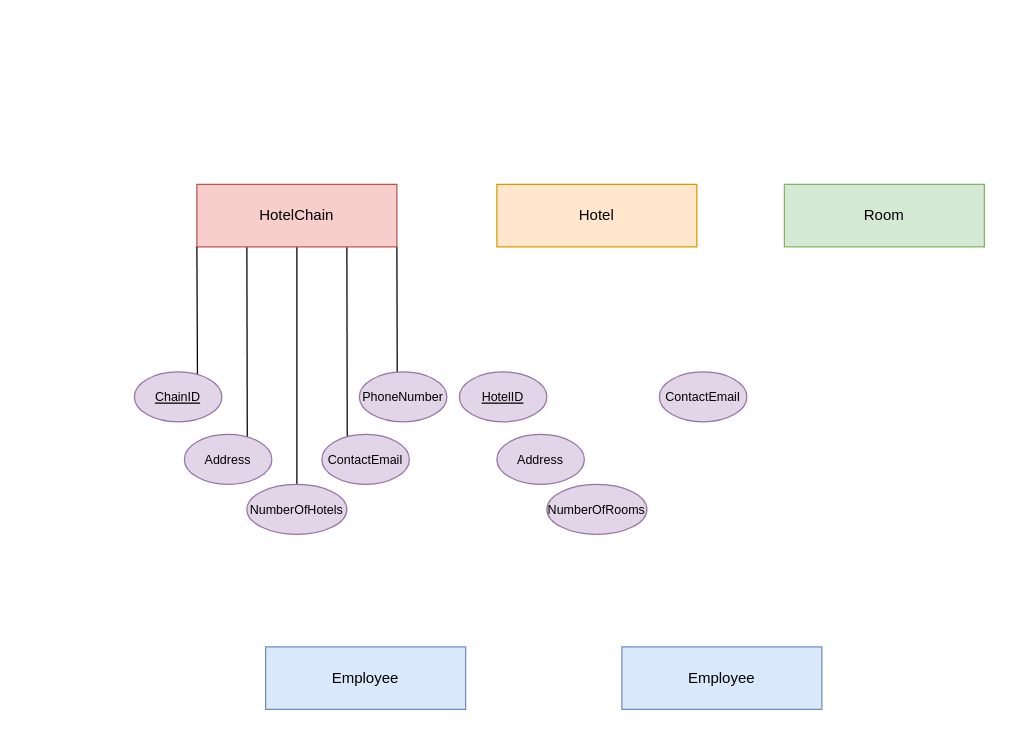
miuponn/eHotels-Project keeps this draw.io diagram as 1st-deliverable/ER Diagram.drawio. Above is the earlier version. Source tidied: cells renumbered, new cells numbered last; positions are measured from the earlier drawing's top-left corner, leaving out a move shared by most shapes. Both pictures are drawn from the tidied source at 125%, with x=0, y=0 at pixel (134, 184).
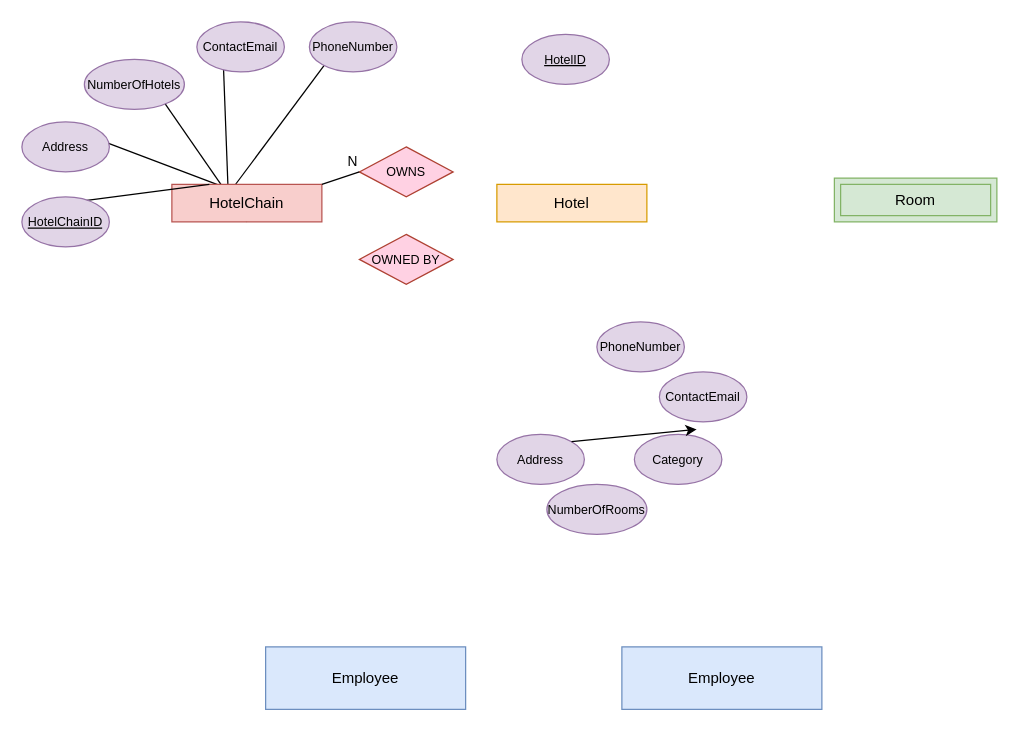
The same diagram, later.

Unchanged cells that the change refers to:
```xml
<mxCell id="16" value="&lt;span style=&quot;font-size: 10px;&quot;&gt;Address&lt;br&gt;&lt;/span&gt;" style="ellipse;whiteSpace=wrap;html=1;fillColor=#e1d5e7;strokeColor=#9673a6;" parent="1" vertex="1">
  <mxGeometry x="290" y="200" width="70" height="40" as="geometry" />
</mxCell>
```

Change to the diagram source:
```diff
@@
-    <mxCell id="2" style="edgeStyle=none;jettySize=auto;html=1;exitX=1;exitY=1;exitDx=0;exitDy=0;exitPerimeter=0;entryX=0.433;entryY=0.25;entryDx=0;entryDy=0;entryPerimeter=0;endArrow=none;endFill=0;" parent="1" edge="1" source="6" target="10">
+    <mxCell id="2" style="edgeStyle=none;jettySize=auto;html=1;exitX=0.419;exitY=0.03;exitDx=0;exitDy=0;exitPerimeter=0;entryX=0.433;entryY=0.25;entryDx=0;entryDy=0;entryPerimeter=0;endArrow=none;endFill=0;" parent="1" edge="1" source="6" target="10">
       <mxGeometry relative="1" as="geometry" />
     </mxCell>
-    <mxCell id="3" style="edgeStyle=none;jettySize=auto;html=1;exitX=0.75;exitY=1;exitDx=0;exitDy=0;exitPerimeter=0;entryX=0.29;entryY=0.25;entryDx=0;entryDy=0;entryPerimeter=0;endArrow=none;endFill=0;" parent="1" edge="1" source="6" target="9">
+    <mxCell id="3" style="edgeStyle=none;jettySize=auto;html=1;exitX=0.374;exitY=0.065;exitDx=0;exitDy=0;exitPerimeter=0;entryX=0.29;entryY=0.25;entryDx=0;entryDy=0;entryPerimeter=0;endArrow=none;endFill=0;" parent="1" edge="1" source="6" target="9">
       <mxGeometry relative="1" as="geometry" />
     </mxCell>
-    <mxCell id="4" style="edgeStyle=none;jettySize=auto;html=1;exitX=0.25;exitY=1;exitDx=0;exitDy=0;exitPerimeter=0;entryX=0.719;entryY=0.25;entryDx=0;entryDy=0;entryPerimeter=0;endArrow=none;endFill=0;" parent="1" edge="1" source="6" target="7">
+    <mxCell id="4" style="edgeStyle=none;jettySize=auto;html=1;exitX=0.344;exitY=0.065;exitDx=0;exitDy=0;exitPerimeter=0;entryX=0.719;entryY=0.25;entryDx=0;entryDy=0;entryPerimeter=0;endArrow=none;endFill=0;" parent="1" edge="1" source="6" target="7">
       <mxGeometry relative="1" as="geometry" />
     </mxCell>
@@
     <mxCell id="6" value="HotelChain" style="rounded=0;whiteSpace=wrap;html=1;fillColor=#f8cecc;strokeColor=#b85450;points=[[0,0,0,0,0],[0,0.25,0,0,0],[0,0.5,0,0,0],[0,0.75,0,0,0],[0,1,0,0,0],[0.25,0,0,0,0],[0.25,1,0,0,0],[0.5,0,0,0,0],[0.5,1,0,0,0],[0.75,0,0,0,0],[0.75,1,0,0,0],[1,0,0,0,0],[1,0.25,0,0,0],[1,0.5,0,0,0],[1,0.75,0,0,0],[1,1,0,0,0]];" parent="1" vertex="1">
-      <mxGeometry x="50" width="160" height="50" as="geometry" />
+      <mxGeometry x="30" width="120" height="30" as="geometry" />
     </mxCell>
     <mxCell id="7" value="&lt;span style=&quot;font-size: 10px;&quot;&gt;Address&lt;br&gt;&lt;/span&gt;" style="ellipse;whiteSpace=wrap;html=1;fillColor=#e1d5e7;strokeColor=#9673a6;" parent="1" vertex="1">
-      <mxGeometry x="40" y="200" width="70" height="40" as="geometry" />
+      <mxGeometry x="-90" y="-50" width="70" height="40" as="geometry" />
     </mxCell>
     <mxCell id="8" value="&lt;span style=&quot;font-size: 10px;&quot;&gt;NumberOfHotels&lt;br&gt;&lt;/span&gt;" style="ellipse;whiteSpace=wrap;html=1;fillColor=#e1d5e7;strokeColor=#9673a6;" parent="1" vertex="1">
-      <mxGeometry x="90" y="240" width="80" height="40" as="geometry" />
+      <mxGeometry x="-40" y="-100" width="80" height="40" as="geometry" />
     </mxCell>
     <mxCell id="9" value="&lt;span style=&quot;font-size: 10px;&quot;&gt;ContactEmail&lt;br&gt;&lt;/span&gt;" style="ellipse;whiteSpace=wrap;html=1;fillColor=#e1d5e7;strokeColor=#9673a6;" parent="1" vertex="1">
-      <mxGeometry x="150" y="200" width="70" height="40" as="geometry" />
+      <mxGeometry x="50" y="-130" width="70" height="40" as="geometry" />
     </mxCell>
     <mxCell id="10" value="&lt;span style=&quot;font-size: 10px;&quot;&gt;PhoneNumber&lt;br&gt;&lt;/span&gt;" style="ellipse;whiteSpace=wrap;html=1;fillColor=#e1d5e7;strokeColor=#9673a6;" parent="1" vertex="1">
-      <mxGeometry x="180" y="150" width="70" height="40" as="geometry" />
+      <mxGeometry x="140" y="-130" width="70" height="40" as="geometry" />
     </mxCell>
-    <mxCell id="11" style="edgeStyle=none;jettySize=auto;html=1;exitX=0;exitY=1;exitDx=0;exitDy=0;exitPerimeter=0;endArrow=none;endFill=0;entryX=0.721;entryY=0.077;entryDx=0;entryDy=0;entryPerimeter=0;" parent="1" edge="1" source="6" target="12">
+    <mxCell id="11" style="edgeStyle=none;jettySize=auto;html=1;exitX=0.25;exitY=0;exitDx=0;exitDy=0;exitPerimeter=0;endArrow=none;endFill=0;entryX=0.721;entryY=0.077;entryDx=0;entryDy=0;entryPerimeter=0;" parent="1" edge="1" source="6" target="12">
       <mxGeometry relative="1" as="geometry" />
     </mxCell>
-    <mxCell id="12" value="&lt;u&gt;&lt;font style=&quot;font-size: 10px;&quot;&gt;ChainID&lt;/font&gt;&lt;/u&gt;" style="ellipse;whiteSpace=wrap;html=1;fillColor=#e1d5e7;strokeColor=#9673a6;points=[[0,0,0,0,0],[0,0.5,0,0,0],[0,1,0,0,0],[0.5,0,0,0,0],[0.5,1,0,0,0],[1,0,0,0,0],[1,0.5,0,0,0],[1,1,0,0,0]];" parent="1" vertex="1">
-      <mxGeometry y="150" width="70" height="40" as="geometry" />
+    <mxCell id="12" value="&lt;u&gt;&lt;font style=&quot;font-size: 10px;&quot;&gt;HotelChainID&lt;/font&gt;&lt;/u&gt;" style="ellipse;whiteSpace=wrap;html=1;fillColor=#e1d5e7;strokeColor=#9673a6;points=[[0,0,0,0,0],[0,0.5,0,0,0],[0,1,0,0,0],[0.5,0,0,0,0],[0.5,1,0,0,0],[1,0,0,0,0],[1,0.5,0,0,0],[1,1,0,0,0]];" parent="1" vertex="1">
+      <mxGeometry x="-90" y="10" width="70" height="40" as="geometry" />
     </mxCell>
     <mxCell id="13" value="Hotel" style="rounded=0;whiteSpace=wrap;html=1;fillColor=#ffe6cc;strokeColor=#d79b00;" parent="1" vertex="1">
-      <mxGeometry x="290" width="160" height="50" as="geometry" />
+      <mxGeometry x="290" width="120" height="30" as="geometry" />
     </mxCell>
     <mxCell id="14" value="&lt;u&gt;&lt;font style=&quot;font-size: 10px;&quot;&gt;HotelID&lt;/font&gt;&lt;/u&gt;" style="ellipse;whiteSpace=wrap;html=1;fillColor=#e1d5e7;strokeColor=#9673a6;" parent="1" vertex="1">
-      <mxGeometry x="260" y="150" width="70" height="40" as="geometry" />
+      <mxGeometry x="310" y="-120" width="70" height="40" as="geometry" />
     </mxCell>
@@
-    <mxCell id="18" value="Room" style="rounded=0;whiteSpace=wrap;html=1;fillColor=#d5e8d4;strokeColor=#82b366;" parent="1" vertex="1">
-      <mxGeometry x="520" width="160" height="50" as="geometry" />
-    </mxCell>
@@
+    <mxCell id="21" value="&lt;span style=&quot;font-size: 10px;&quot;&gt;Category&lt;br&gt;&lt;/span&gt;" style="ellipse;whiteSpace=wrap;html=1;fillColor=#e1d5e7;strokeColor=#9673a6;" parent="1" vertex="1">
+      <mxGeometry x="400" y="200" width="70" height="40" as="geometry" />
+    </mxCell>
+    <mxCell id="22" style="edgeStyle=none;jettySize=auto;html=1;exitX=1;exitY=0;exitDx=0;exitDy=0;entryX=0.712;entryY=-0.099;entryDx=0;entryDy=0;entryPerimeter=0;" parent="1" edge="1" source="16" target="21">
+      <mxGeometry relative="1" as="geometry" />
+    </mxCell>
+    <mxCell id="23" value="&lt;span style=&quot;font-size: 10px;&quot;&gt;PhoneNumber&lt;br&gt;&lt;/span&gt;" style="ellipse;whiteSpace=wrap;html=1;fillColor=#e1d5e7;strokeColor=#9673a6;" parent="1" vertex="1">
+      <mxGeometry x="370" y="110" width="70" height="40" as="geometry" />
+    </mxCell>
+    <mxCell id="18" value="Room" style="shape=ext;margin=3;double=1;whiteSpace=wrap;html=1;align=center;fillColor=#d5e8d4;strokeColor=#82b366;" parent="1" vertex="1">
+      <mxGeometry x="560" y="-5" width="130" height="35" as="geometry" />
+    </mxCell>
+    <mxCell id="24" value="&lt;font style=&quot;font-size: 10px;&quot;&gt;OWNS&lt;/font&gt;" style="shape=rhombus;perimeter=rhombusPerimeter;whiteSpace=wrap;html=1;align=center;fillColor=#ffd1e3;strokeColor=#ae4132;" parent="1" vertex="1">
+      <mxGeometry x="180" y="-30" width="75" height="40" as="geometry" />
+    </mxCell>
+    <mxCell id="25" value="&lt;span style=&quot;font-size: 10px;&quot;&gt;OWNED BY&lt;/span&gt;" style="shape=rhombus;perimeter=rhombusPerimeter;whiteSpace=wrap;html=1;align=center;fillColor=#ffd1e3;strokeColor=#ae4132;" parent="1" vertex="1">
+      <mxGeometry x="180" y="40" width="75" height="40" as="geometry" />
+    </mxCell>
+    <mxCell id="26" style="endArrow=none;html=1;rounded=0;exitX=1;exitY=0;exitDx=0;exitDy=0;exitPerimeter=0;entryX=0;entryY=0.5;entryDx=0;entryDy=0;" parent="1" edge="1" source="6" target="24">
+      <mxGeometry relative="1" as="geometry" />
+    </mxCell>
+    <mxCell id="27" value="N" style="html=1;whiteSpace=wrap;align=right;verticalAlign=bottom;fontSize=11;" parent="26" vertex="1">
+      <mxGeometry x="1" relative="1" as="geometry" />
+    </mxCell>
```
